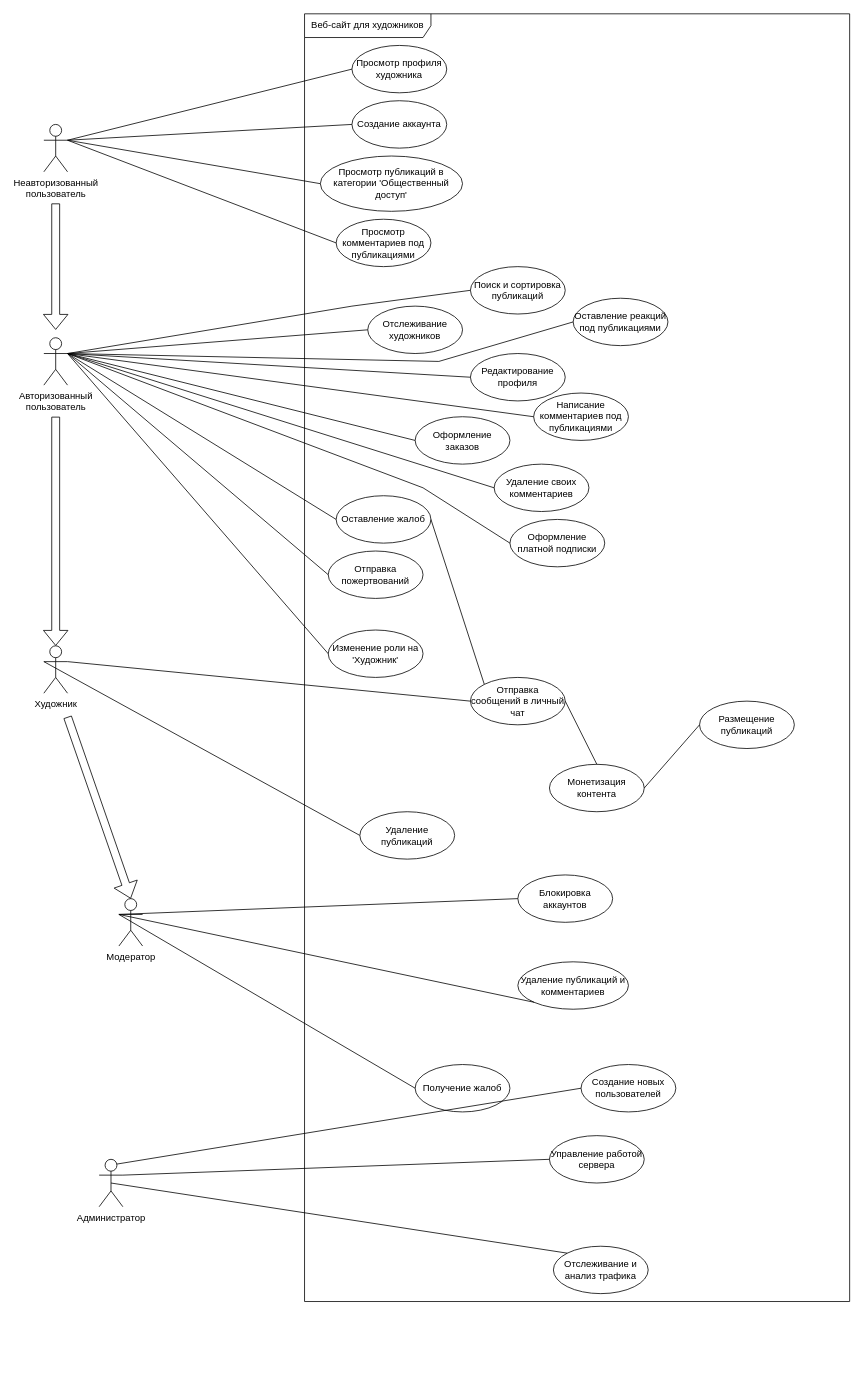
This is Diagrams/UseCaseNew.drawio from Laefye/neospiartion, a draw.io file, before an edit. Source tidied: cells renumbered, new cells numbered last; positions are measured from the earlier drawing's top-left corner, leaving out a move shared by most shapes. Both pictures are drawn from the tidied source at 79%, with x=0, y=0 at pixel (43, 13).
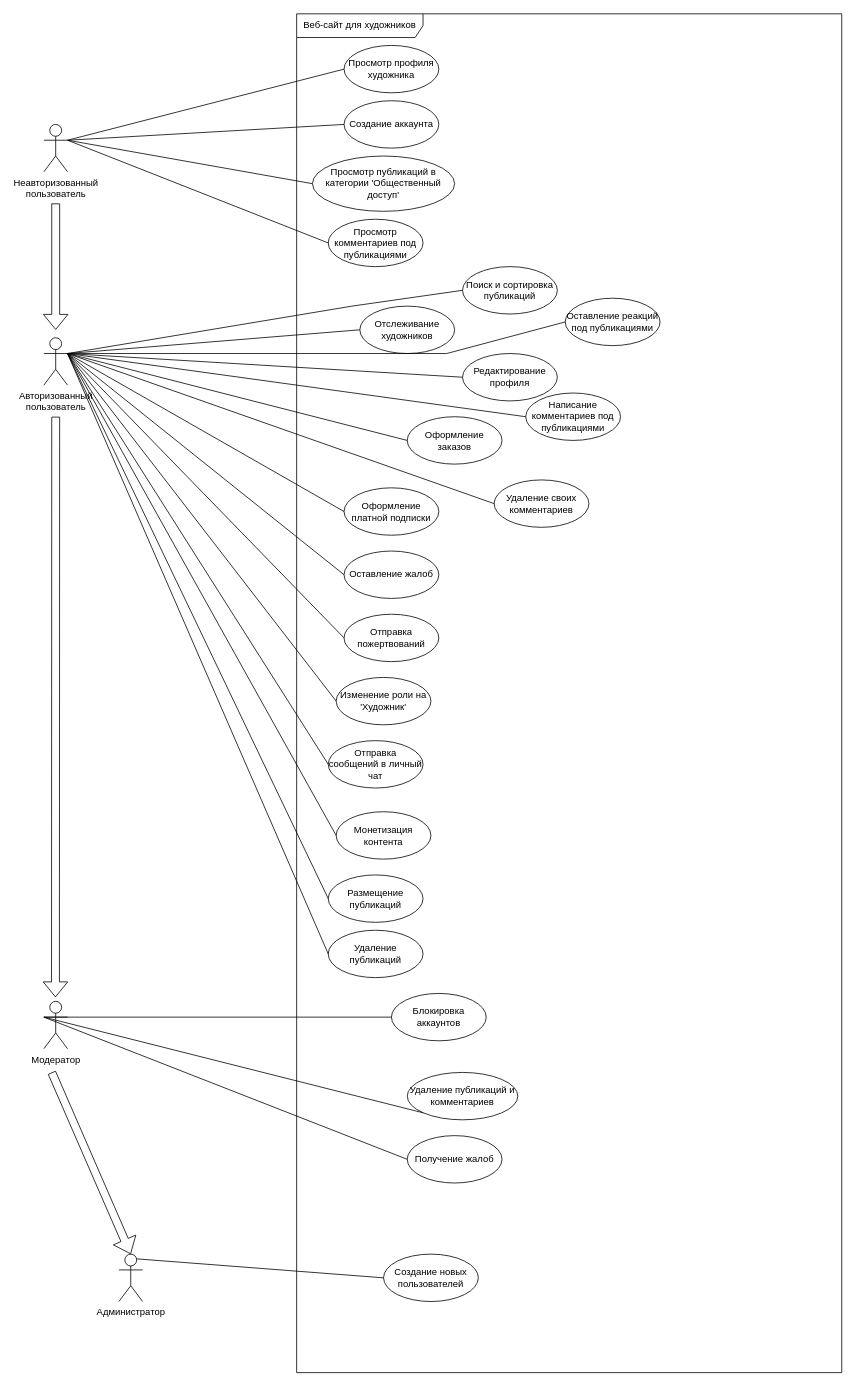
The same page after the edit.

The change refers to these unchanged cells:
```xml
<mxCell id="3" value="Авторизованный&#10;пользователь" style="shape=umlActor;verticalLabelPosition=bottom;verticalAlign=top;html=1;" parent="1" vertex="1">
  <mxGeometry y="410" width="30" height="60" as="geometry" />
</mxCell>
<mxCell id="13" value="Оставление реакций под публикациями" style="ellipse;whiteSpace=wrap;html=1;" parent="6" vertex="1">
  <mxGeometry x="340" y="360" width="120" height="60" as="geometry" />
</mxCell>
```

Change to the diagram source:
```diff
@@
-    <mxCell id="4" value="Художник" style="shape=umlActor;verticalLabelPosition=bottom;verticalAlign=top;html=1;" parent="1" vertex="1">
-      <mxGeometry y="800" width="30" height="60" as="geometry" />
-    </mxCell>
     <mxCell id="5" value="Администратор" style="shape=umlActor;verticalLabelPosition=bottom;verticalAlign=top;html=1;" parent="1" vertex="1">
-      <mxGeometry x="70" y="1450" width="30" height="60" as="geometry" />
+      <mxGeometry x="95" y="1570" width="30" height="60" as="geometry" />
     </mxCell>
     <mxCell id="6" value="Веб-сайт для художников" style="shape=umlFrame;whiteSpace=wrap;html=1;width=160;height=30;" parent="1" vertex="1">
-      <mxGeometry x="330" width="690" height="1630" as="geometry" />
+      <mxGeometry x="320" width="690" height="1720" as="geometry" />
     </mxCell>
@@
     <mxCell id="12" value="Оформление платной подписки" style="ellipse;whiteSpace=wrap;html=1;" parent="6" vertex="1">
-      <mxGeometry x="260" y="640" width="120" height="60" as="geometry" />
+      <mxGeometry x="60" y="600" width="120" height="60" as="geometry" />
     </mxCell>
@@
     <mxCell id="14" value="Изменение роли на 'Художник'" style="ellipse;whiteSpace=wrap;html=1;" parent="6" vertex="1">
-      <mxGeometry x="30" y="780" width="120" height="60" as="geometry" />
+      <mxGeometry x="50" y="840" width="120" height="60" as="geometry" />
     </mxCell>
@@
     <mxCell id="16" value="Удаление своих комментариев" style="ellipse;whiteSpace=wrap;html=1;" parent="6" vertex="1">
-      <mxGeometry x="240" y="570" width="120" height="60" as="geometry" />
+      <mxGeometry x="250" y="590" width="120" height="60" as="geometry" />
     </mxCell>
@@
     <mxCell id="18" value="Отправка пожертвований" style="ellipse;whiteSpace=wrap;html=1;" parent="6" vertex="1">
-      <mxGeometry x="30" y="680" width="120" height="60" as="geometry" />
+      <mxGeometry x="60" y="760" width="120" height="60" as="geometry" />
     </mxCell>
@@
-    <mxCell id="20" value="Управление работой сервера" style="ellipse;whiteSpace=wrap;html=1;" parent="6" vertex="1">
-      <mxGeometry x="310" y="1420" width="120" height="60" as="geometry" />
-    </mxCell>
-    <mxCell id="21" value="Отслеживание и анализ трафика" style="ellipse;whiteSpace=wrap;html=1;" parent="6" vertex="1">
-      <mxGeometry x="315" y="1560" width="120" height="60" as="geometry" />
-    </mxCell>
     <mxCell id="22" value="Создание новых пользователей" style="ellipse;whiteSpace=wrap;html=1;" parent="6" vertex="1">
-      <mxGeometry x="350" y="1330" width="120" height="60" as="geometry" />
+      <mxGeometry x="110" y="1570" width="120" height="60" as="geometry" />
     </mxCell>
@@
     <mxCell id="24" value="Оставление жалоб" style="ellipse;whiteSpace=wrap;html=1;" parent="6" vertex="1">
-      <mxGeometry x="40" y="610" width="120" height="60" as="geometry" />
+      <mxGeometry x="60" y="680" width="120" height="60" as="geometry" />
     </mxCell>
     <mxCell id="25" value="Монетизация контента" style="ellipse;whiteSpace=wrap;html=1;" parent="6" vertex="1">
-      <mxGeometry x="310" y="950" width="120" height="60" as="geometry" />
+      <mxGeometry x="50" y="1010" width="120" height="60" as="geometry" />
     </mxCell>
     <mxCell id="26" value="Размещение публикаций" style="ellipse;whiteSpace=wrap;html=1;" parent="6" vertex="1">
-      <mxGeometry x="500" y="870" width="120" height="60" as="geometry" />
+      <mxGeometry x="40" y="1090" width="120" height="60" as="geometry" />
     </mxCell>
     <mxCell id="27" value="Отправка сообщений в личный чат" style="ellipse;whiteSpace=wrap;html=1;" parent="6" vertex="1">
-      <mxGeometry x="210" y="840" width="120" height="60" as="geometry" />
+      <mxGeometry x="40" y="920" width="120" height="60" as="geometry" />
     </mxCell>
-    <mxCell id="28" style="endArrow=none;html=1;rounded=0;exitX=1;exitY=0.5;exitDx=0;exitDy=0;entryX=0;entryY=0;entryDx=0;entryDy=0;" parent="6" edge="1" source="24" target="27">
-      <mxGeometry relative="1" as="geometry" />
-    </mxCell>
-    <mxCell id="29" style="endArrow=none;html=1;rounded=0;exitX=1;exitY=0.5;exitDx=0;exitDy=0;entryX=0.5;entryY=0;entryDx=0;entryDy=0;" parent="6" edge="1" source="27" target="25">
-      <mxGeometry relative="1" as="geometry" />
-    </mxCell>
     <mxCell id="30" value="Получение жалоб" style="ellipse;whiteSpace=wrap;html=1;" parent="6" vertex="1">
-      <mxGeometry x="140" y="1330" width="120" height="60" as="geometry" />
+      <mxGeometry x="140" y="1420" width="120" height="60" as="geometry" />
     </mxCell>
     <mxCell id="31" value="Удаление публикаций и комментариев" style="ellipse;whiteSpace=wrap;html=1;" parent="6" vertex="1">
-      <mxGeometry x="270" y="1200" width="140" height="60" as="geometry" />
+      <mxGeometry x="140" y="1340" width="140" height="60" as="geometry" />
     </mxCell>
     <mxCell id="32" value="Блокировка аккаунтов" style="ellipse;whiteSpace=wrap;html=1;" parent="6" vertex="1">
-      <mxGeometry x="270" y="1090" width="120" height="60" as="geometry" />
+      <mxGeometry x="120" y="1240" width="120" height="60" as="geometry" />
     </mxCell>
+    <mxCell id="56" value="Удаление публикаций" style="ellipse;whiteSpace=wrap;html=1;" parent="6" vertex="1">
+      <mxGeometry x="40" y="1160" width="120" height="60" as="geometry" />
+    </mxCell>
@@
     <mxCell id="38" style="endArrow=none;html=1;rounded=0;exitX=1;exitY=0.3333333333333333;exitDx=0;exitDy=0;exitPerimeter=0;entryX=0;entryY=0.5;entryDx=0;entryDy=0;" parent="1" edge="1" source="3" target="12">
-      <mxGeometry relative="1" as="geometry">
-        <Array as="points">
-          <mxPoint x="480" y="600" />
-        </Array>
-      </mxGeometry>
+      <mxGeometry relative="1" as="geometry" />
     </mxCell>
     <mxCell id="39" style="endArrow=none;html=1;rounded=0;exitX=1;exitY=0.3333333333333333;exitDx=0;exitDy=0;exitPerimeter=0;entryX=0;entryY=0.5;entryDx=0;entryDy=0;" parent="1" edge="1" source="3" target="13">
       <mxGeometry relative="1" as="geometry">
         <Array as="points">
-          <mxPoint x="500" y="440" />
+          <mxPoint x="510" y="430" />
         </Array>
       </mxGeometry>
     </mxCell>
@@
-    <mxCell id="48" style="endArrow=none;html=1;rounded=0;entryX=0;entryY=0.5;entryDx=0;entryDy=0;" parent="1" edge="1" target="26">
-      <mxGeometry relative="1" as="geometry">
-        <mxPoint x="760" y="980" as="sourcePoint" />
-      </mxGeometry>
-    </mxCell>
-    <mxCell id="49" style="endArrow=none;html=1;rounded=0;exitX=0;exitY=0.3333333333333333;exitDx=0;exitDy=0;exitPerimeter=0;entryX=0;entryY=0.5;entryDx=0;entryDy=0;" parent="1" edge="1" source="4" target="56">
-      <mxGeometry relative="1" as="geometry" />
-    </mxCell>
-    <mxCell id="50" style="endArrow=none;html=1;rounded=0;entryX=0;entryY=0.5;entryDx=0;entryDy=0;exitX=1;exitY=0.3333333333333333;exitDx=0;exitDy=0;exitPerimeter=0;" parent="1" edge="1" source="5" target="20">
-      <mxGeometry relative="1" as="geometry" />
-    </mxCell>
-    <mxCell id="51" style="endArrow=none;html=1;rounded=0;exitX=0.5;exitY=0.5;exitDx=0;exitDy=0;exitPerimeter=0;entryX=0;entryY=0;entryDx=0;entryDy=0;" parent="1" edge="1" source="5" target="21">
-      <mxGeometry relative="1" as="geometry" />
-    </mxCell>
@@
-    <mxCell id="53" style="endArrow=none;html=1;rounded=0;exitX=1;exitY=0.3333333333333333;exitDx=0;exitDy=0;exitPerimeter=0;entryX=0;entryY=0.5;entryDx=0;entryDy=0;" parent="1" edge="1" source="4" target="27">
-      <mxGeometry relative="1" as="geometry" />
-    </mxCell>
-    <mxCell id="54" style="shape=flexArrow;endArrow=classic;html=1;entryX=0.5;entryY=0;entryDx=0;entryDy=0;entryPerimeter=0;" parent="1" edge="1" target="4">
+    <mxCell id="54" style="shape=flexArrow;endArrow=classic;html=1;entryX=0.49;entryY=-0.085;entryDx=0;entryDy=0;entryPerimeter=0;" parent="1" edge="1" target="57">
       <mxGeometry relative="1" as="geometry">
         <mxPoint x="15" y="510" as="sourcePoint" />
       </mxGeometry>
     </mxCell>
@@
-    <mxCell id="56" value="Удаление публикаций" style="ellipse;whiteSpace=wrap;html=1;" parent="1" vertex="1">
-      <mxGeometry x="400" y="1010" width="120" height="60" as="geometry" />
-    </mxCell>
     <mxCell id="57" value="Модератор" style="shape=umlActor;verticalLabelPosition=bottom;verticalAlign=top;html=1;" parent="1" vertex="1">
-      <mxGeometry x="95" y="1120" width="30" height="60" as="geometry" />
+      <mxGeometry y="1250" width="30" height="60" as="geometry" />
     </mxCell>
@@
-    <mxCell id="61" style="shape=flexArrow;endArrow=classic;html=1;" parent="1" edge="1">
-      <mxGeometry relative="1" as="geometry">
-        <mxPoint x="30" y="890" as="sourcePoint" />
-        <mxPoint x="110" y="1120" as="targetPoint" />
-      </mxGeometry>
-    </mxCell>
+    <mxCell id="62" style="endArrow=none;html=1;rounded=0;entryX=1;entryY=0.3333333333333333;entryDx=0;entryDy=0;entryPerimeter=0;exitX=0;exitY=0.5;exitDx=0;exitDy=0;" parent="1" edge="1" source="27" target="3">
+      <mxGeometry relative="1" as="geometry" />
+    </mxCell>
+    <mxCell id="63" style="endArrow=none;html=1;rounded=0;entryX=0;entryY=0.5;entryDx=0;entryDy=0;entryPerimeter=0;" parent="1" edge="1" target="25">
+      <mxGeometry relative="1" as="geometry">
+        <mxPoint x="30" y="430" as="sourcePoint" />
+      </mxGeometry>
+    </mxCell>
+    <mxCell id="64" style="endArrow=none;html=1;rounded=0;entryX=0;entryY=0.5;entryDx=0;entryDy=0;entryPerimeter=0;" parent="1" edge="1" target="26">
+      <mxGeometry relative="1" as="geometry">
+        <mxPoint x="30" y="430" as="sourcePoint" />
+      </mxGeometry>
+    </mxCell>
+    <mxCell id="65" style="endArrow=none;html=1;rounded=0;exitX=0;exitY=0.5;exitDx=0;exitDy=0;exitPerimeter=0;" parent="1" edge="1" source="56">
+      <mxGeometry relative="1" as="geometry">
+        <mxPoint x="30" y="430" as="targetPoint" />
+      </mxGeometry>
+    </mxCell>
+    <mxCell id="66" style="shape=flexArrow;endArrow=classic;html=1;rounded=0;entryX=0.5;entryY=0;entryDx=0;entryDy=0;entryPerimeter=0;" parent="1" edge="1" target="5">
+      <mxGeometry relative="1" as="geometry">
+        <mxPoint x="10" y="1340" as="sourcePoint" />
+      </mxGeometry>
+    </mxCell>
```
